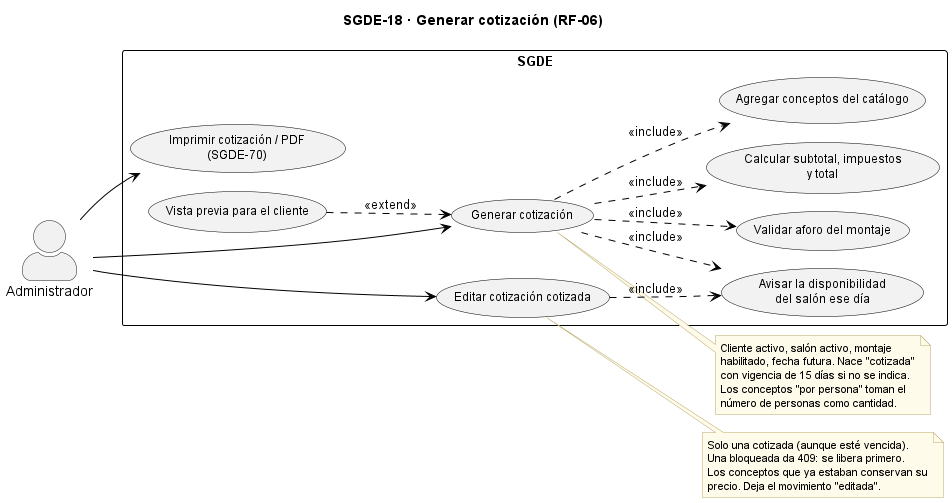
AndreCamx2/Gestion-De-Eventos keeps this PlantUML diagram as docs/casos_uso_sgde/SGDE-18_Generar_cotizacion.png. Above is the earlier version.
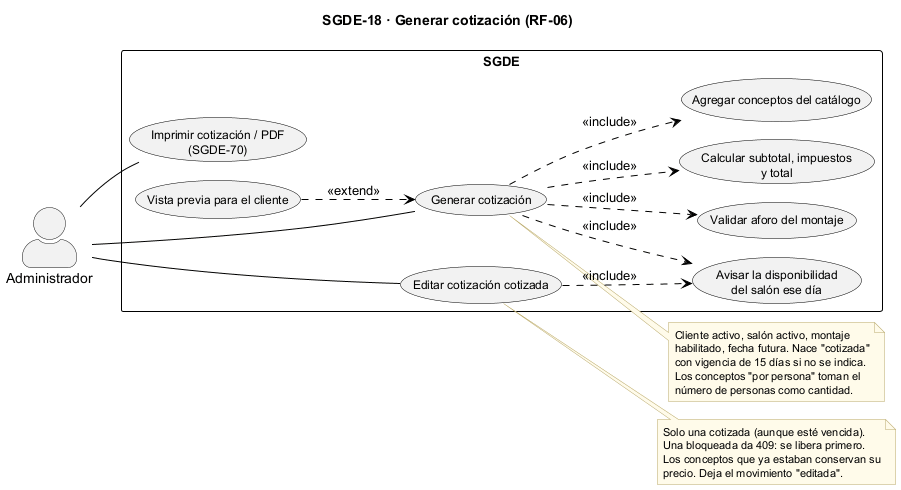
The same diagram one commit later.

Change to the diagram source:
```diff
@@ -34,9 +34,9 @@
   usecase "Vista previa para el cliente" as UC8
 }
 
-AD --> UC1
-AD --> UC5
-AD --> UC6
+AD -- UC1
+AD -- UC5
+AD -- UC6
 UC1 ..> UC2 : <<include>>
 UC1 ..> UC3 : <<include>>
 UC1 ..> UC4 : <<include>>
```
